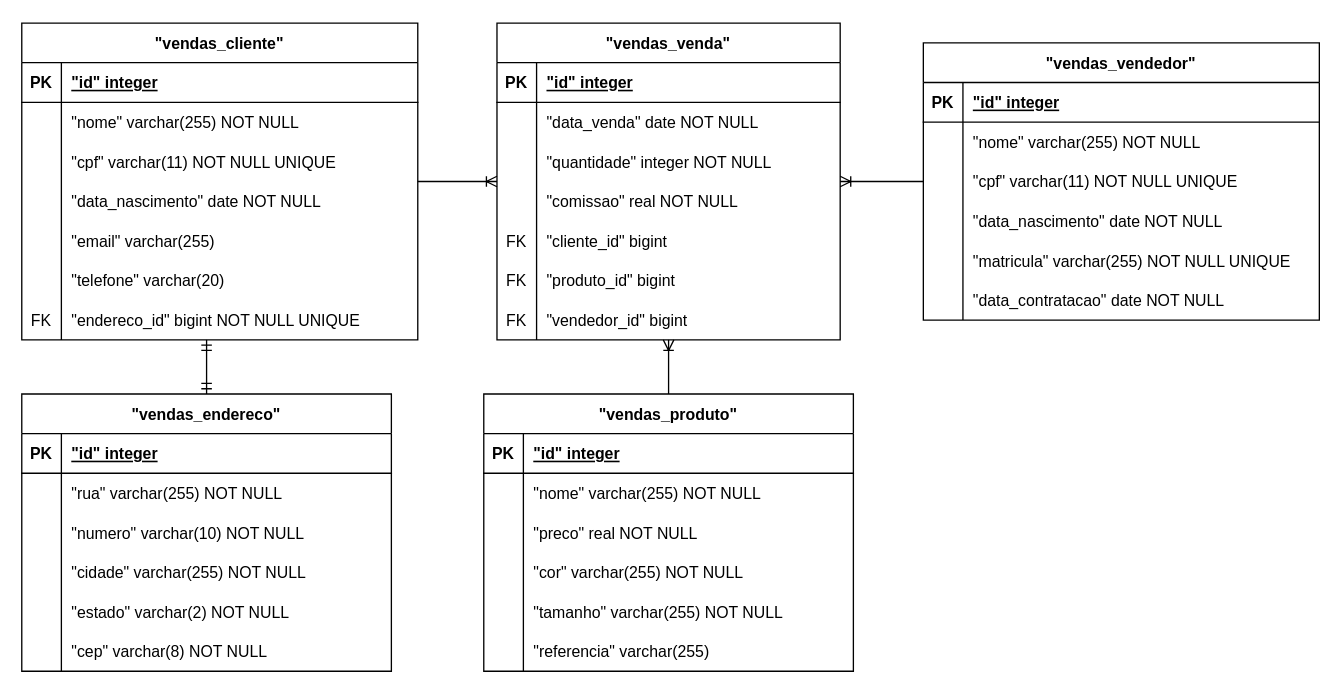
Earlier version of the draw.io diagram Diagrama entidade-relacionamento.drawio (Gebrel07/App-registro-de-vendas). Source tidied: cells renumbered, new cells numbered last; positions are measured from the earlier drawing's top-left corner, leaving out a move shared by most shapes. Both pictures are drawn from the tidied source at 132%, with x=0, y=0 at pixel (21, 22).
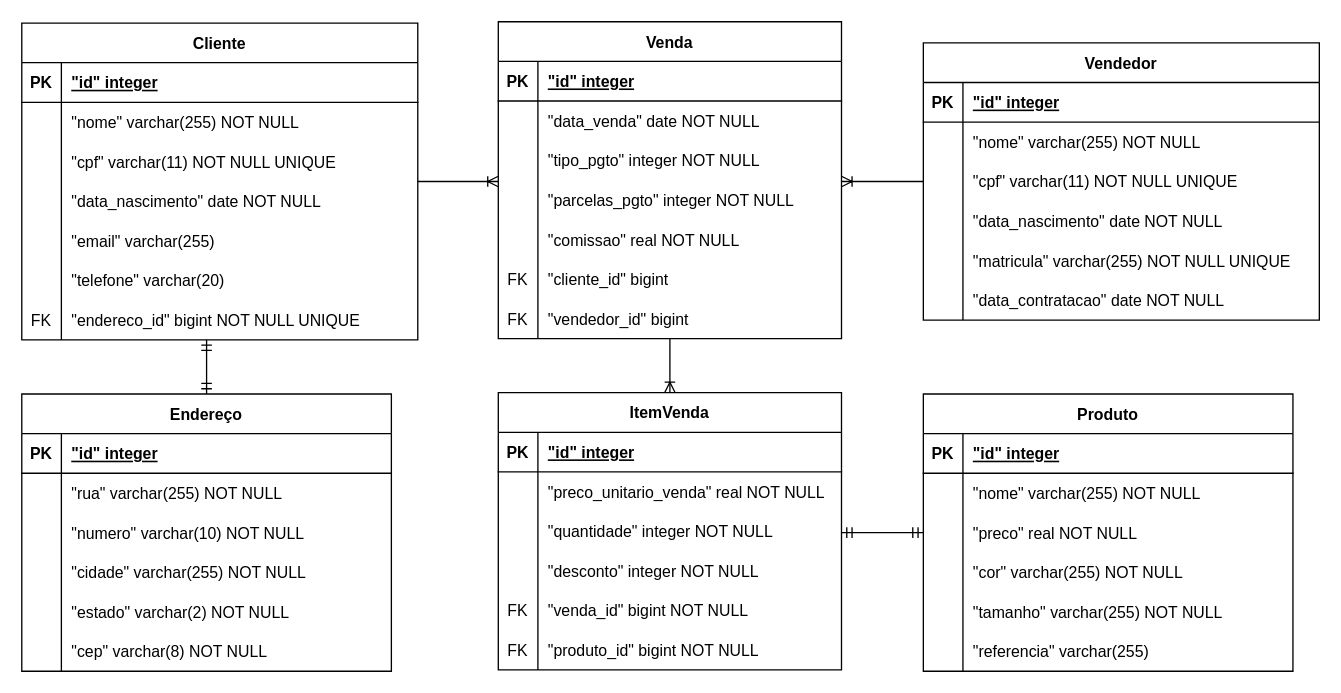
The same page after the edit.

What changed in the source:
```diff
@@
-    <mxCell id="2" value="&quot;vendas_vendedor&quot;" style="shape=table;startSize=30;childLayout=tableLayout;rowLines=0;fontStyle=1;align=center;" parent="1" vertex="1">
+    <mxCell id="2" value="Vendedor" style="shape=table;startSize=30;childLayout=tableLayout;rowLines=0;fontStyle=1;align=center;" parent="1" vertex="1">
       <mxGeometry x="683" y="15" width="300" height="210" as="geometry" />
     </mxCell>
@@
-    <mxCell id="21" value="&quot;vendas_cliente&quot;" style="shape=table;startSize=30;childLayout=tableLayout;rowLines=0;fontStyle=1;align=center;" parent="1" vertex="1">
+    <mxCell id="21" value="Cliente" style="shape=table;startSize=30;childLayout=tableLayout;rowLines=0;fontStyle=1;align=center;" parent="1" vertex="1">
       <mxGeometry width="300" height="240" as="geometry" />
     </mxCell>
@@
-    <mxCell id="43" value="&quot;vendas_produto&quot;" style="shape=table;startSize=30;childLayout=tableLayout;rowLines=0;fontStyle=1;align=center;" parent="1" vertex="1">
-      <mxGeometry x="350" y="281" width="280" height="210" as="geometry" />
+    <mxCell id="43" value="Produto" style="shape=table;startSize=30;childLayout=tableLayout;rowLines=0;fontStyle=1;align=center;" parent="1" vertex="1">
+      <mxGeometry x="683" y="281" width="280" height="210" as="geometry" />
     </mxCell>
@@
-    <mxCell id="62" value="&quot;vendas_venda&quot;" style="shape=table;startSize=30;childLayout=tableLayout;rowLines=0;fontStyle=1;align=center;rotation=0;" parent="1" vertex="1">
-      <mxGeometry x="360" width="260" height="240" as="geometry" />
+    <mxCell id="62" value="Venda" style="shape=table;startSize=30;childLayout=tableLayout;rowLines=0;fontStyle=1;align=center;rotation=0;" parent="1" vertex="1">
+      <mxGeometry x="361" y="-1" width="260" height="240" as="geometry" />
     </mxCell>
@@
-    <mxCell id="69" style="shape=tableRow;horizontal=0;startSize=0;swimlaneHead=0;swimlaneBody=0;fillColor=none;strokeColor=inherit;top=0;left=0;right=0;bottom=0;" parent="62" vertex="1">
-      <mxGeometry y="90" width="260" height="30" as="geometry" />
-    </mxCell>
-    <mxCell id="70" style="shape=partialRectangle;overflow=hidden;fillColor=none;strokeColor=inherit;top=0;left=0;bottom=0;right=0;" parent="69" vertex="1">
-      <mxGeometry width="30" height="30" as="geometry" />
-    </mxCell>
-    <mxCell id="71" value="&quot;quantidade&quot; integer NOT NULL" style="shape=partialRectangle;overflow=hidden;fillColor=none;align=left;strokeColor=inherit;top=0;left=0;bottom=0;right=0;spacingLeft=6;" parent="69" vertex="1">
-      <mxGeometry x="30" width="230" height="30" as="geometry" />
-    </mxCell>
+    <mxCell id="107" style="shape=tableRow;horizontal=0;startSize=0;swimlaneHead=0;swimlaneBody=0;fillColor=none;strokeColor=inherit;top=0;left=0;right=0;bottom=0;" parent="62" vertex="1">
+      <mxGeometry y="90" width="260" height="30" as="geometry" />
+    </mxCell>
+    <mxCell id="108" style="shape=partialRectangle;overflow=hidden;fillColor=none;strokeColor=inherit;top=0;left=0;bottom=0;right=0;" parent="107" vertex="1">
+      <mxGeometry width="30" height="30" as="geometry" />
+    </mxCell>
+    <mxCell id="109" value="&quot;tipo_pgto&quot; integer NOT NULL" style="shape=partialRectangle;overflow=hidden;fillColor=none;align=left;strokeColor=inherit;top=0;left=0;bottom=0;right=0;spacingLeft=6;" parent="107" vertex="1">
+      <mxGeometry x="30" width="230" height="30" as="geometry" />
+    </mxCell>
+    <mxCell id="110" style="shape=tableRow;horizontal=0;startSize=0;swimlaneHead=0;swimlaneBody=0;fillColor=none;strokeColor=inherit;top=0;left=0;right=0;bottom=0;" parent="62" vertex="1">
+      <mxGeometry y="120" width="260" height="30" as="geometry" />
+    </mxCell>
+    <mxCell id="111" style="shape=partialRectangle;overflow=hidden;fillColor=none;strokeColor=inherit;top=0;left=0;bottom=0;right=0;" parent="110" vertex="1">
+      <mxGeometry width="30" height="30" as="geometry" />
+    </mxCell>
+    <mxCell id="112" value="&quot;parcelas_pgto&quot; integer NOT NULL" style="shape=partialRectangle;overflow=hidden;fillColor=none;align=left;strokeColor=inherit;top=0;left=0;bottom=0;right=0;spacingLeft=6;" parent="110" vertex="1">
+      <mxGeometry x="30" width="230" height="30" as="geometry" />
+    </mxCell>
     <mxCell id="72" style="shape=tableRow;horizontal=0;startSize=0;swimlaneHead=0;swimlaneBody=0;fillColor=none;strokeColor=inherit;top=0;left=0;right=0;bottom=0;" parent="62" vertex="1">
-      <mxGeometry y="120" width="260" height="30" as="geometry" />
+      <mxGeometry y="150" width="260" height="30" as="geometry" />
     </mxCell>
@@
     <mxCell id="75" style="shape=tableRow;horizontal=0;startSize=0;swimlaneHead=0;swimlaneBody=0;fillColor=none;strokeColor=inherit;top=0;left=0;right=0;bottom=0;" parent="62" vertex="1">
-      <mxGeometry y="150" width="260" height="30" as="geometry" />
+      <mxGeometry y="180" width="260" height="30" as="geometry" />
     </mxCell>
@@
-    <mxCell id="78" style="shape=tableRow;horizontal=0;startSize=0;swimlaneHead=0;swimlaneBody=0;fillColor=none;strokeColor=inherit;top=0;left=0;right=0;bottom=0;" parent="62" vertex="1">
-      <mxGeometry y="180" width="260" height="30" as="geometry" />
-    </mxCell>
-    <mxCell id="79" value="FK" style="shape=partialRectangle;overflow=hidden;fillColor=none;strokeColor=inherit;top=0;left=0;bottom=0;right=0;" parent="78" vertex="1">
-      <mxGeometry width="30" height="30" as="geometry" />
-    </mxCell>
-    <mxCell id="80" value="&quot;produto_id&quot; bigint " style="shape=partialRectangle;overflow=hidden;fillColor=none;align=left;strokeColor=inherit;top=0;left=0;bottom=0;right=0;spacingLeft=6;" parent="78" vertex="1">
-      <mxGeometry x="30" width="230" height="30" as="geometry" />
-    </mxCell>
@@
-    <mxCell id="84" style="fontSize=12;html=1;endArrow=ERoneToMany;rounded=0;edgeStyle=orthogonalEdgeStyle;" parent="1" edge="1" source="2" target="62">
+    <mxCell id="84" style="fontSize=12;html=1;endArrow=ERoneToMany;rounded=0;edgeStyle=elbowEdgeStyle;elbow=vertical;" parent="1" edge="1" source="2" target="62">
       <mxGeometry relative="1" as="geometry" />
     </mxCell>
-    <mxCell id="85" value="&quot;vendas_endereco&quot;" style="shape=table;startSize=30;childLayout=tableLayout;rowLines=0;fontStyle=1;align=center;" parent="1" vertex="1">
+    <mxCell id="85" value="Endereço" style="shape=table;startSize=30;childLayout=tableLayout;rowLines=0;fontStyle=1;align=center;" parent="1" vertex="1">
       <mxGeometry y="281" width="280" height="210" as="geometry" />
     </mxCell>
@@
-    <mxCell id="104" style="edgeStyle=entityRelationEdgeStyle;fontSize=12;html=1;endArrow=ERoneToMany;rounded=0;" parent="1" edge="1" source="21" target="62">
+    <mxCell id="104" style="edgeStyle=elbowEdgeStyle;fontSize=12;html=1;endArrow=ERoneToMany;rounded=0;elbow=vertical;" parent="1" edge="1" source="21" target="62">
       <mxGeometry relative="1" as="geometry" />
     </mxCell>
@@
-    <mxCell id="106" style="edgeStyle=elbowEdgeStyle;fontSize=12;html=1;endArrow=ERoneToMany;rounded=0;" parent="1" edge="1" source="43" target="62">
+    <mxCell id="106" style="edgeStyle=elbowEdgeStyle;fontSize=12;html=1;endArrow=ERoneToMany;rounded=0;" parent="1" edge="1" source="62" target="113">
       <mxGeometry relative="1" as="geometry" />
     </mxCell>
+    <mxCell id="113" value="ItemVenda" style="shape=table;startSize=30;childLayout=tableLayout;rowLines=0;fontStyle=1;align=center;rotation=0;" parent="1" vertex="1">
+      <mxGeometry x="361" y="280" width="260" height="210" as="geometry" />
+    </mxCell>
+    <mxCell id="114" style="shape=tableRow;horizontal=0;startSize=0;swimlaneHead=0;swimlaneBody=0;fillColor=none;strokeColor=inherit;top=0;left=0;right=0;bottom=1;" parent="113" vertex="1">
+      <mxGeometry y="30" width="260" height="30" as="geometry" />
+    </mxCell>
+    <mxCell id="115" value="PK" style="shape=partialRectangle;overflow=hidden;fillColor=none;strokeColor=inherit;top=0;left=0;bottom=0;right=0;fontStyle=1;" parent="114" vertex="1">
+      <mxGeometry width="30" height="30" as="geometry" />
+    </mxCell>
+    <mxCell id="116" value="&quot;id&quot; integer " style="shape=partialRectangle;overflow=hidden;fillColor=none;align=left;strokeColor=inherit;top=0;left=0;bottom=0;right=0;spacingLeft=6;fontStyle=5;" parent="114" vertex="1">
+      <mxGeometry x="30" width="230" height="30" as="geometry" />
+    </mxCell>
+    <mxCell id="117" style="shape=tableRow;horizontal=0;startSize=0;swimlaneHead=0;swimlaneBody=0;fillColor=none;strokeColor=inherit;top=0;left=0;right=0;bottom=0;" parent="113" vertex="1">
+      <mxGeometry y="60" width="260" height="30" as="geometry" />
+    </mxCell>
+    <mxCell id="118" style="shape=partialRectangle;overflow=hidden;fillColor=none;strokeColor=inherit;top=0;left=0;bottom=0;right=0;" parent="117" vertex="1">
+      <mxGeometry width="30" height="30" as="geometry" />
+    </mxCell>
+    <mxCell id="119" value="&quot;preco_unitario_venda&quot; real NOT NULL" style="shape=partialRectangle;overflow=hidden;fillColor=none;align=left;strokeColor=inherit;top=0;left=0;bottom=0;right=0;spacingLeft=6;" parent="117" vertex="1">
+      <mxGeometry x="30" width="230" height="30" as="geometry" />
+    </mxCell>
+    <mxCell id="120" style="shape=tableRow;horizontal=0;startSize=0;swimlaneHead=0;swimlaneBody=0;fillColor=none;strokeColor=inherit;top=0;left=0;right=0;bottom=0;" parent="113" vertex="1">
+      <mxGeometry y="90" width="260" height="30" as="geometry" />
+    </mxCell>
+    <mxCell id="121" style="shape=partialRectangle;overflow=hidden;fillColor=none;strokeColor=inherit;top=0;left=0;bottom=0;right=0;" parent="120" vertex="1">
+      <mxGeometry width="30" height="30" as="geometry" />
+    </mxCell>
+    <mxCell id="71" value="&quot;quantidade&quot; integer NOT NULL" style="shape=partialRectangle;overflow=hidden;fillColor=none;align=left;strokeColor=inherit;top=0;left=0;bottom=0;right=0;spacingLeft=6;" parent="120" vertex="1">
+      <mxGeometry x="30" width="230" height="30" as="geometry" />
+    </mxCell>
+    <mxCell id="122" style="shape=tableRow;horizontal=0;startSize=0;swimlaneHead=0;swimlaneBody=0;fillColor=none;strokeColor=inherit;top=0;left=0;right=0;bottom=0;" parent="113" vertex="1">
+      <mxGeometry y="120" width="260" height="30" as="geometry" />
+    </mxCell>
+    <mxCell id="123" style="shape=partialRectangle;overflow=hidden;fillColor=none;strokeColor=inherit;top=0;left=0;bottom=0;right=0;" parent="122" vertex="1">
+      <mxGeometry width="30" height="30" as="geometry" />
+    </mxCell>
+    <mxCell id="124" value="&quot;desconto&quot; integer NOT NULL" style="shape=partialRectangle;overflow=hidden;fillColor=none;align=left;strokeColor=inherit;top=0;left=0;bottom=0;right=0;spacingLeft=6;" parent="122" vertex="1">
+      <mxGeometry x="30" width="230" height="30" as="geometry" />
+    </mxCell>
+    <mxCell id="125" style="shape=tableRow;horizontal=0;startSize=0;swimlaneHead=0;swimlaneBody=0;fillColor=none;strokeColor=inherit;top=0;left=0;right=0;bottom=0;" parent="113" vertex="1">
+      <mxGeometry y="150" width="260" height="30" as="geometry" />
+    </mxCell>
+    <mxCell id="126" value="FK" style="shape=partialRectangle;overflow=hidden;fillColor=none;strokeColor=inherit;top=0;left=0;bottom=0;right=0;" parent="125" vertex="1">
+      <mxGeometry width="30" height="30" as="geometry" />
+    </mxCell>
+    <mxCell id="127" value="&quot;venda_id&quot; bigint NOT NULL" style="shape=partialRectangle;overflow=hidden;fillColor=none;align=left;strokeColor=inherit;top=0;left=0;bottom=0;right=0;spacingLeft=6;" parent="125" vertex="1">
+      <mxGeometry x="30" width="230" height="30" as="geometry" />
+    </mxCell>
+    <mxCell id="78" style="shape=tableRow;horizontal=0;startSize=0;swimlaneHead=0;swimlaneBody=0;fillColor=none;strokeColor=inherit;top=0;left=0;right=0;bottom=0;" parent="113" vertex="1">
+      <mxGeometry y="180" width="260" height="30" as="geometry" />
+    </mxCell>
+    <mxCell id="128" value="FK" style="shape=partialRectangle;overflow=hidden;fillColor=none;strokeColor=inherit;top=0;left=0;bottom=0;right=0;" parent="78" vertex="1">
+      <mxGeometry width="30" height="30" as="geometry" />
+    </mxCell>
+    <mxCell id="129" value="&quot;produto_id&quot; bigint NOT NULL" style="shape=partialRectangle;overflow=hidden;fillColor=none;align=left;strokeColor=inherit;top=0;left=0;bottom=0;right=0;spacingLeft=6;" parent="78" vertex="1">
+      <mxGeometry x="30" width="230" height="30" as="geometry" />
+    </mxCell>
+    <mxCell id="130" style="fontSize=12;html=1;endArrow=ERmandOne;startArrow=ERmandOne;rounded=0;edgeStyle=elbowEdgeStyle;elbow=vertical;" parent="1" edge="1" source="113" target="43">
+      <mxGeometry relative="1" as="geometry" />
+    </mxCell>
```
